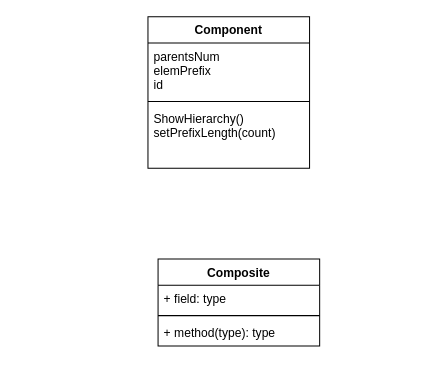
Before: OOP2.drawio in DrPoseidon/OOP_LAB2, a draw.io diagram. Source tidied: cells renumbered, new cells numbered last; positions are measured from the earlier drawing's top-left corner, leaving out a move shared by most shapes. Both pictures are drawn from the tidied source at 101%, with x=0, y=0 at pixel (147, 16).
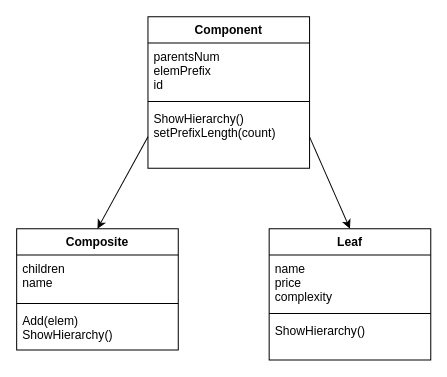
After the change.

Diff of the diagram source:
```diff
@@
 <mxGraphModel>
   <root>
     <mxCell id="0" />
     <mxCell id="1" parent="0" />
     <mxCell id="2" value="Component" style="swimlane;fontStyle=1;align=center;verticalAlign=top;horizontal=1;startSize=26;" parent="1" vertex="1">
       <mxGeometry width="160" height="150" as="geometry" />
     </mxCell>
     <mxCell id="3" value="parentsNum&#10;elemPrefix&#10;id" style="text;strokeColor=none;fillColor=none;align=left;verticalAlign=top;spacingLeft=4;spacingRight=4;overflow=hidden;" parent="2" vertex="1">
       <mxGeometry y="26" width="160" height="54" as="geometry" />
     </mxCell>
     <mxCell id="4" style="line;strokeWidth=1;fillColor=none;align=left;verticalAlign=middle;spacingTop=-1;spacingLeft=3;spacingRight=3;labelPosition=right;" parent="2" vertex="1">
       <mxGeometry y="80" width="160" height="8" as="geometry" />
     </mxCell>
     <mxCell id="5" value="ShowHierarchy()&#10;setPrefixLength(count)" style="text;strokeColor=none;fillColor=none;align=left;verticalAlign=top;spacingLeft=4;spacingRight=4;overflow=hidden;points=[[0,0.5],[1,0.5]];portConstraint=eastwest;" parent="2" vertex="1">
       <mxGeometry y="88" width="160" height="62" as="geometry" />
     </mxCell>
     <mxCell id="6" value="Composite" style="swimlane;fontStyle=1;align=center;verticalAlign=top;horizontal=1;startSize=26;" parent="1" vertex="1">
-      <mxGeometry x="10" y="240" width="160" height="86" as="geometry" />
+      <mxGeometry x="-130" y="210" width="160" height="120" as="geometry" />
     </mxCell>
-    <mxCell id="7" value="+ field: type" style="text;strokeColor=none;fillColor=none;align=left;verticalAlign=top;spacingLeft=4;spacingRight=4;overflow=hidden;" parent="6" vertex="1">
-      <mxGeometry y="26" width="160" height="26" as="geometry" />
+    <mxCell id="7" value="children&#10;name" style="text;strokeColor=none;fillColor=none;align=left;verticalAlign=top;spacingLeft=4;spacingRight=4;overflow=hidden;" parent="6" vertex="1">
+      <mxGeometry y="26" width="160" height="44" as="geometry" />
     </mxCell>
     <mxCell id="8" style="line;strokeWidth=1;fillColor=none;align=left;verticalAlign=middle;spacingTop=-1;spacingLeft=3;spacingRight=3;labelPosition=right;" parent="6" vertex="1">
-      <mxGeometry y="52" width="160" height="8" as="geometry" />
+      <mxGeometry y="70" width="160" height="8" as="geometry" />
     </mxCell>
-    <mxCell id="9" value="+ method(type): type" style="text;strokeColor=none;fillColor=none;align=left;verticalAlign=top;spacingLeft=4;spacingRight=4;overflow=hidden;" parent="6" vertex="1">
-      <mxGeometry y="60" width="160" height="26" as="geometry" />
+    <mxCell id="9" value="Add(elem)&#10;ShowHierarchy()" style="text;strokeColor=none;fillColor=none;align=left;verticalAlign=top;spacingLeft=4;spacingRight=4;overflow=hidden;" parent="6" vertex="1">
+      <mxGeometry y="78" width="160" height="42" as="geometry" />
     </mxCell>
+    <mxCell id="10" value="Leaf" style="swimlane;fontStyle=1;align=center;verticalAlign=top;horizontal=1;startSize=26;" parent="1" vertex="1">
+      <mxGeometry x="120" y="210" width="160" height="130" as="geometry" />
+    </mxCell>
+    <mxCell id="11" value="name&#10;price&#10;complexity" style="text;strokeColor=none;fillColor=none;align=left;verticalAlign=top;spacingLeft=4;spacingRight=4;overflow=hidden;" parent="10" vertex="1">
+      <mxGeometry y="26" width="160" height="54" as="geometry" />
+    </mxCell>
+    <mxCell id="12" style="line;strokeWidth=1;fillColor=none;align=left;verticalAlign=middle;spacingTop=-1;spacingLeft=3;spacingRight=3;labelPosition=right;" parent="10" vertex="1">
+      <mxGeometry y="80" width="160" height="8" as="geometry" />
+    </mxCell>
+    <mxCell id="13" value="ShowHierarchy()" style="text;strokeColor=none;fillColor=none;align=left;verticalAlign=top;spacingLeft=4;spacingRight=4;overflow=hidden;" parent="10" vertex="1">
+      <mxGeometry y="88" width="160" height="42" as="geometry" />
+    </mxCell>
+    <mxCell id="14" style="edgeStyle=none;rounded=0;jettySize=auto;html=1;exitX=0;exitY=0.5;exitDx=0;exitDy=0;entryX=0.5;entryY=0;entryDx=0;entryDy=0;" parent="1" edge="1" source="5" target="6">
+      <mxGeometry relative="1" as="geometry" />
+    </mxCell>
+    <mxCell id="15" style="edgeStyle=none;rounded=0;jettySize=auto;html=1;exitX=1;exitY=0.5;exitDx=0;exitDy=0;entryX=0.5;entryY=0;entryDx=0;entryDy=0;" parent="1" edge="1" source="5" target="10">
+      <mxGeometry relative="1" as="geometry" />
+    </mxCell>
   </root>
 </mxGraphModel>
```
